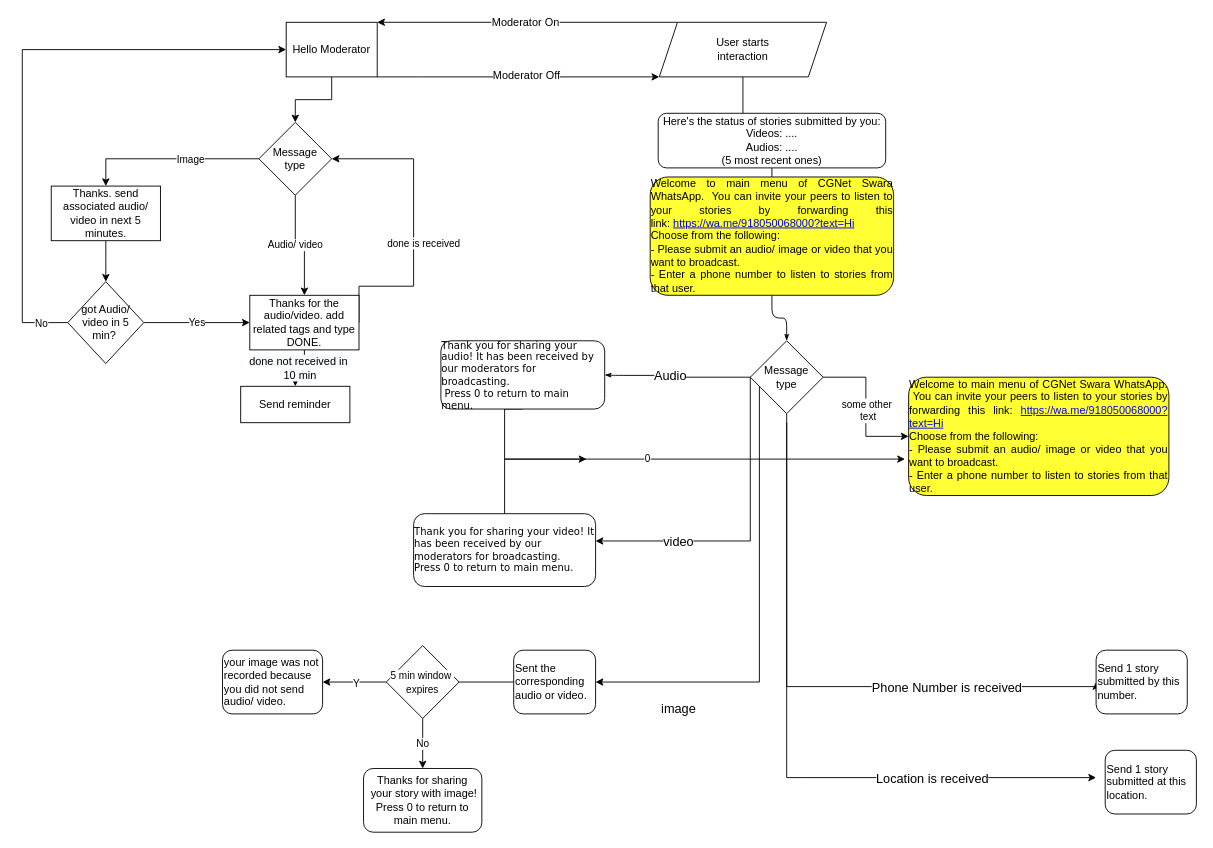
This is page "5 may" (6 of 6) of DisseminationFlow.drawio from PriyankaVerma98/CGNetSwara-WhatsApp, a draw.io file, before an edit. Source tidied: cells renumbered, new cells numbered last; positions are measured from the earlier drawing's top-left corner, leaving out a move shared by most shapes. Both pictures are drawn from the tidied source at 91%, with x=0, y=0 at pixel (22, 22).
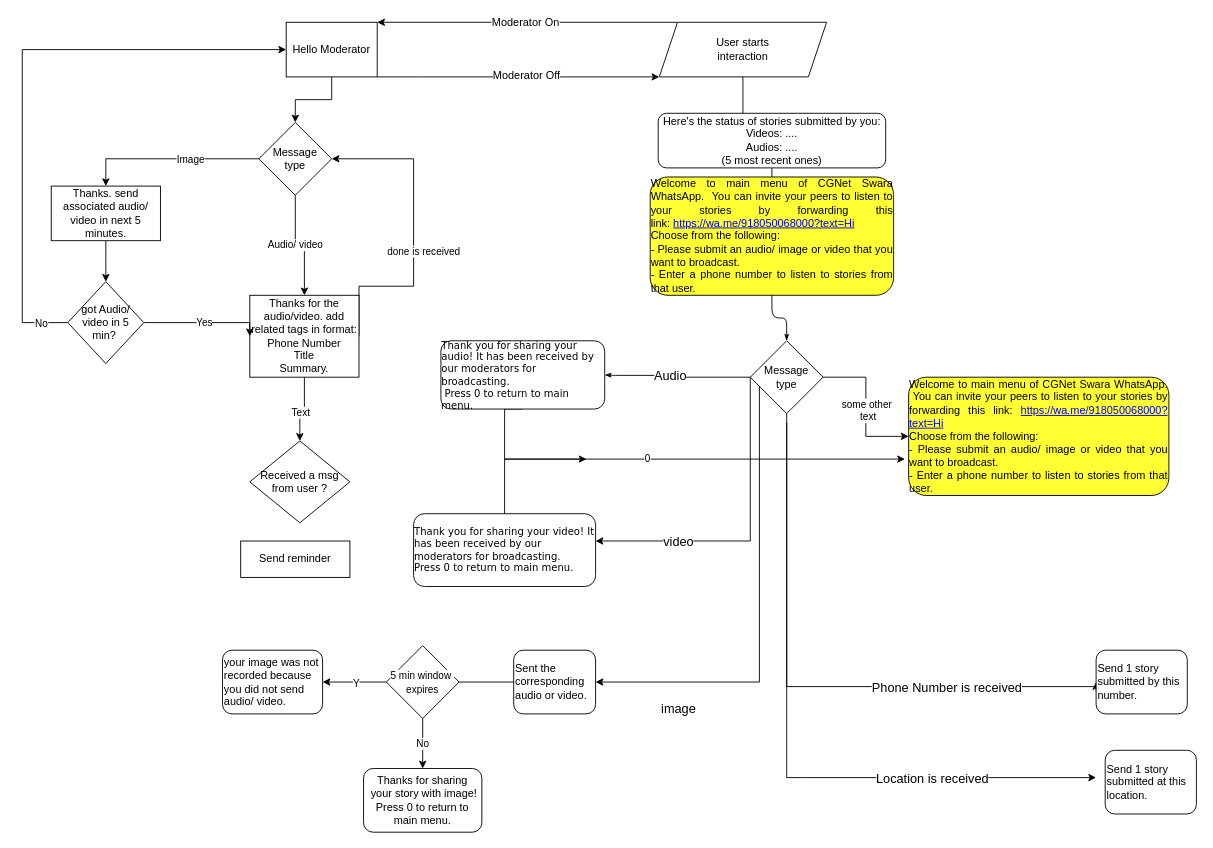
The same diagram, later.

Diff of the diagram source:
```diff
@@
-    <mxCell id="50" value="&lt;span style=&quot;font-size: 12px ; background-color: rgb(248 , 249 , 250)&quot;&gt;done not received in&amp;nbsp;&lt;/span&gt;&lt;br style=&quot;font-size: 12px&quot;&gt;&lt;span style=&quot;font-size: 12px ; background-color: rgb(248 , 249 , 250)&quot;&gt;10 min&lt;/span&gt;" style="edgeStyle=orthogonalEdgeStyle;rounded=0;jettySize=auto;html=1;" parent="1" edge="1" source="51" target="55">
-      <mxGeometry relative="1" as="geometry" />
-    </mxCell>
+    <mxCell id="59" style="edgeStyle=orthogonalEdgeStyle;rounded=0;jettySize=auto;html=1;entryX=0.5;entryY=0;entryDx=0;entryDy=0;" parent="1" edge="1" source="51" target="61">
+      <mxGeometry relative="1" as="geometry" />
+    </mxCell>
+    <mxCell id="60" value="Text" style="edgeLabel;html=1;align=center;verticalAlign=middle;" parent="59" vertex="1">
+      <mxGeometry x="0.15" relative="1" as="geometry" />
+    </mxCell>
-    <mxCell id="51" value="Thanks for the audio/video. add related tags and type DONE." style="whiteSpace=wrap;html=1;" parent="1" vertex="1">
-      <mxGeometry x="250" y="300" width="120" height="60" as="geometry" />
+    <mxCell id="51" value="Thanks for the audio/video. add related tags in format:&lt;br&gt;Phone Number&lt;br&gt;Title&lt;br&gt;Summary." style="whiteSpace=wrap;html=1;" parent="1" vertex="1">
+      <mxGeometry x="250" y="300" width="120" height="90" as="geometry" />
     </mxCell>
@@
     <mxCell id="55" value="Send reminder" style="whiteSpace=wrap;html=1;" parent="1" vertex="1">
-      <mxGeometry x="240" y="400" width="120" height="40" as="geometry" />
+      <mxGeometry x="240" y="570" width="120" height="40" as="geometry" />
     </mxCell>
@@
+    <mxCell id="61" value="Received a msg from user ?" style="rhombus;whiteSpace=wrap;html=1;" parent="1" vertex="1">
+      <mxGeometry x="250" y="460" width="110" height="90" as="geometry" />
+    </mxCell>
```
